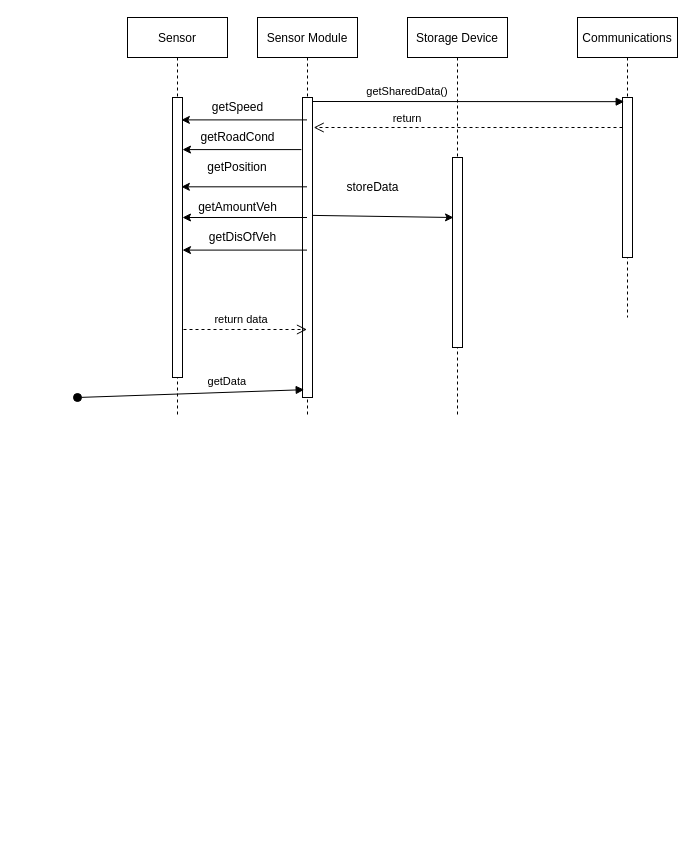
Above: CEC 320/dataCollection.drawio in lordn54/Assignments-Projects (draw.io), before the change. Source tidied: cells renumbered, new cells numbered last; positions are measured from the earlier drawing's top-left corner, leaving out a move shared by most shapes. Both pictures are drawn from the tidied source at 100%, with x=0, y=0 at pixel (77, 17).
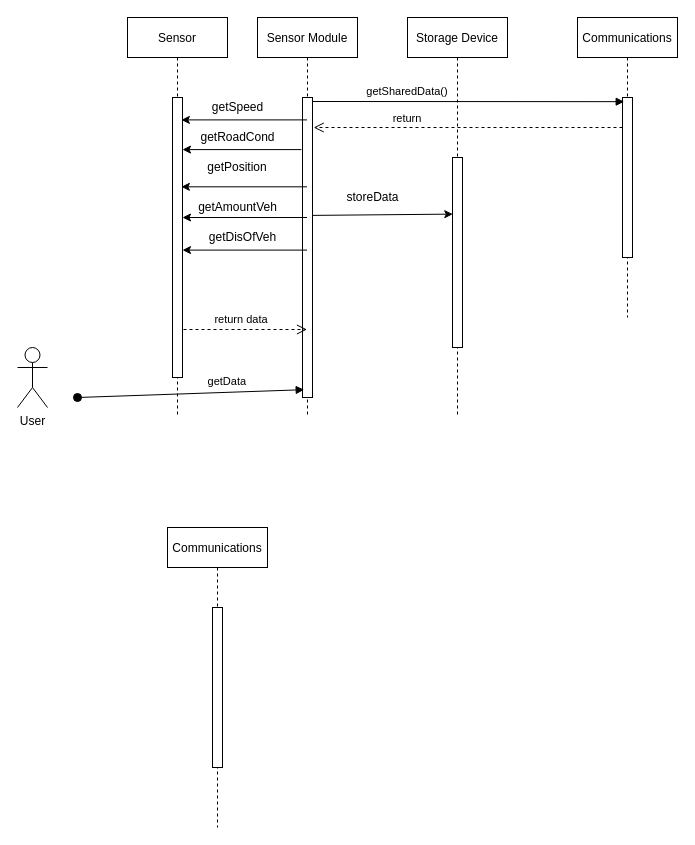
The same diagram, later.

The change refers to these unchanged cells:
```xml
<mxCell id="3" style="points=[];perimeter=orthogonalPerimeter;rounded=0;shadow=0;strokeWidth=1;" parent="2" vertex="1">
  <mxGeometry x="45" y="80" width="10" height="300" as="geometry" />
</mxCell>
<mxCell id="12" style="points=[];perimeter=orthogonalPerimeter;rounded=0;shadow=0;strokeWidth=1;" parent="11" vertex="1">
  <mxGeometry x="45" y="140" width="10" height="190" as="geometry" />
</mxCell>
```

What changed in the source:
```diff
@@
-    <mxCell id="13" style="endArrow=classic;html=1;exitX=0.971;exitY=0.393;exitDx=0;exitDy=0;exitPerimeter=0;" parent="1" edge="1" source="3">
-      <mxGeometry relative="1" as="geometry">
-        <mxPoint x="376" y="200" as="targetPoint" />
-      </mxGeometry>
+    <mxCell id="13" style="endArrow=classic;html=1;exitX=0.971;exitY=0.393;exitDx=0;exitDy=0;exitPerimeter=0;entryX=0.029;entryY=0.298;entryDx=0;entryDy=0;entryPerimeter=0;" parent="1" edge="1" source="3" target="12">
+      <mxGeometry relative="1" as="geometry" />
     </mxCell>
     <mxCell id="14" value="storeData" style="text;html=1;align=center;verticalAlign=middle;" parent="1" vertex="1">
-      <mxGeometry x="260" y="160" width="70" height="20" as="geometry" />
+      <mxGeometry x="260" y="170" width="70" height="20" as="geometry" />
     </mxCell>
@@
+    <mxCell id="26" value="User" style="shape=umlActor;verticalLabelPosition=bottom;verticalAlign=top;html=1;" parent="1" vertex="1">
+      <mxGeometry x="-60" y="330" width="30" height="60" as="geometry" />
+    </mxCell>
+    <mxCell id="27" value="Communications" style="shape=umlLifeline;perimeter=lifelinePerimeter;rounded=0;shadow=0;strokeWidth=1;" parent="1" vertex="1">
+      <mxGeometry x="90" y="510" width="100" height="300" as="geometry" />
+    </mxCell>
+    <mxCell id="28" style="perimeter=orthogonalPerimeter;rounded=0;shadow=0;strokeWidth=1;" parent="27" vertex="1">
+      <mxGeometry x="45" y="80" width="10" height="160" as="geometry" />
+    </mxCell>
```
